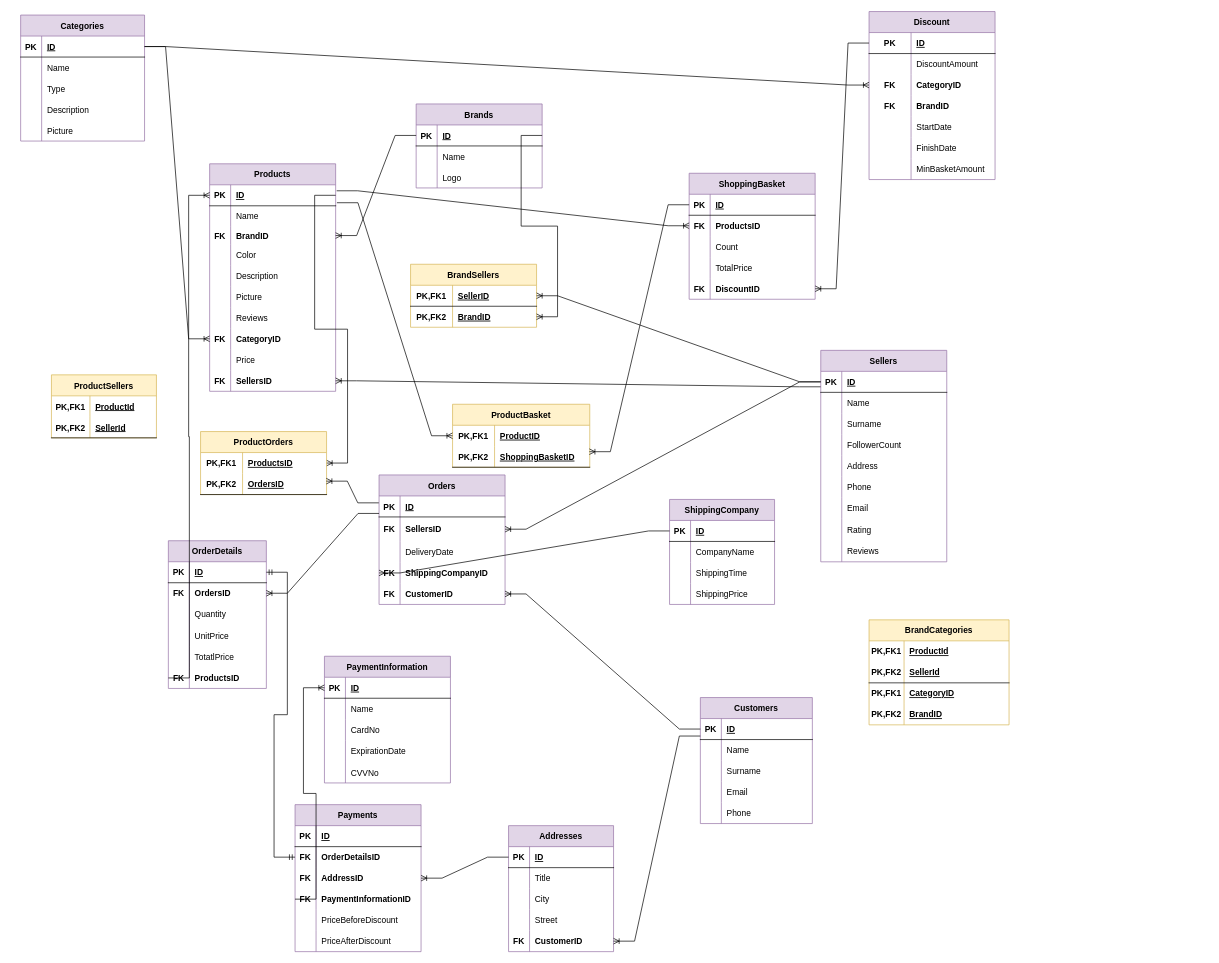
Before: Son.drawio in HandeYetisen/Python, a draw.io diagram. Source tidied: cells renumbered, new cells numbered last; positions are measured from the earlier drawing's top-left corner, leaving out a move shared by most shapes. Both pictures are drawn from the tidied source at 70%, with x=0, y=0 at pixel (20, 11).
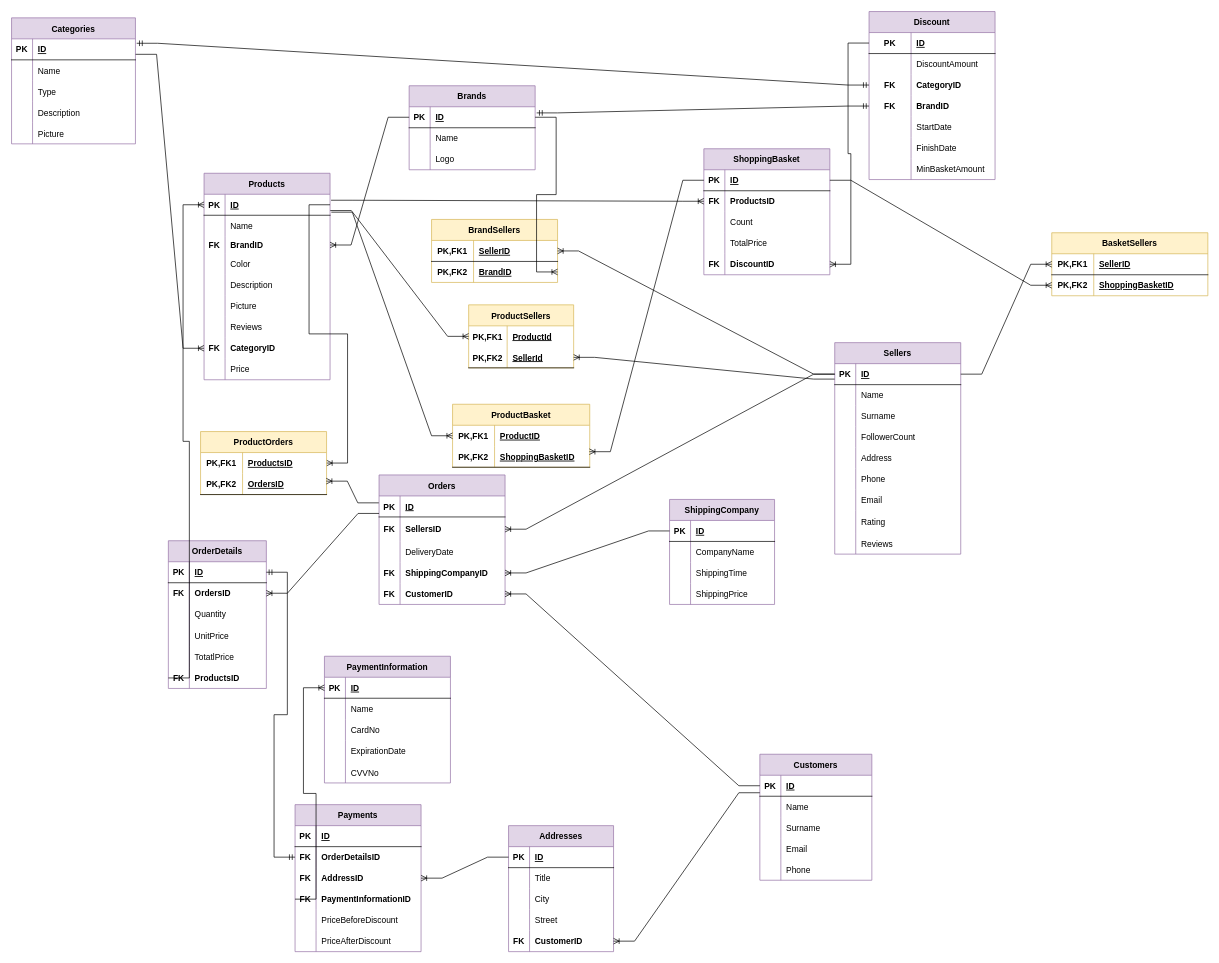
The same page after the edit.

Unchanged cells that the change refers to:
```xml
<mxCell id="3" style="shape=tableRow;horizontal=0;startSize=0;swimlaneHead=0;swimlaneBody=0;fillColor=none;points=[[0,0.5],[1,0.5]];portConstraint=eastwest;top=0;left=0;right=0;bottom=1;" parent="2" vertex="1">
  <mxGeometry y="30" width="180" height="30" as="geometry" />
</mxCell>
<mxCell id="24" style="shape=tableRow;horizontal=0;startSize=0;swimlaneHead=0;swimlaneBody=0;fillColor=none;points=[[0,0.5],[1,0.5]];portConstraint=eastwest;top=0;left=0;right=0;bottom=0;" parent="2" vertex="1">
  <mxGeometry y="235" width="180" height="30" as="geometry" />
</mxCell>
<mxCell id="34" style="shape=tableRow;horizontal=0;startSize=0;swimlaneHead=0;swimlaneBody=0;fillColor=none;points=[[0,0.5],[1,0.5]];portConstraint=eastwest;top=0;left=0;right=0;bottom=1;" parent="33" vertex="1">
  <mxGeometry y="30" width="177" height="30" as="geometry" />
</mxCell>
<mxCell id="92" style="shape=tableRow;horizontal=0;startSize=0;swimlaneHead=0;swimlaneBody=0;fillColor=none;points=[[0,0.5],[1,0.5]];portConstraint=eastwest;top=0;left=0;right=0;bottom=0;" parent="82" vertex="1">
  <mxGeometry y="125" width="180" height="30" as="geometry" />
</mxCell>
<mxCell id="99" style="shape=tableRow;horizontal=0;startSize=0;swimlaneHead=0;swimlaneBody=0;fillColor=none;points=[[0,0.5],[1,0.5]];portConstraint=eastwest;top=0;left=0;right=0;bottom=1;" parent="98" vertex="1">
  <mxGeometry y="30" width="180" height="30" as="geometry" />
</mxCell>
<mxCell id="153" style="shape=tableRow;horizontal=0;startSize=0;swimlaneHead=0;swimlaneBody=0;fillColor=none;points=[[0,0.5],[1,0.5]];portConstraint=eastwest;top=0;left=0;right=0;bottom=0;" parent="146" vertex="1">
  <mxGeometry y="90" width="180" height="30" as="geometry" />
</mxCell>
<mxCell id="156" style="shape=tableRow;horizontal=0;startSize=0;swimlaneHead=0;swimlaneBody=0;fillColor=none;points=[[0,0.5],[1,0.5]];portConstraint=eastwest;top=0;left=0;right=0;bottom=0;" parent="146" vertex="1">
  <mxGeometry y="120" width="180" height="30" as="geometry" />
</mxCell>
<mxCell id="169" style="shape=tableRow;horizontal=0;startSize=0;swimlaneHead=0;swimlaneBody=0;fillColor=none;points=[[0,0.5],[1,0.5]];portConstraint=eastwest;top=0;left=0;right=0;bottom=1;" parent="168" vertex="1">
  <mxGeometry y="30" width="180" height="30" as="geometry" />
</mxCell>
<mxCell id="185" style="shape=tableRow;horizontal=0;startSize=0;swimlaneHead=0;swimlaneBody=0;fillColor=none;points=[[0,0.5],[1,0.5]];portConstraint=eastwest;top=0;left=0;right=0;bottom=0;" parent="184" vertex="1">
  <mxGeometry y="30" width="150" height="30" as="geometry" />
</mxCell>
<mxCell id="188" style="shape=tableRow;horizontal=0;startSize=0;swimlaneHead=0;swimlaneBody=0;fillColor=none;points=[[0,0.5],[1,0.5]];portConstraint=eastwest;top=0;left=0;right=0;bottom=1;" parent="184" vertex="1">
  <mxGeometry y="60" width="150" height="30" as="geometry" />
</mxCell>
<mxCell id="192" style="shape=tableRow;horizontal=0;startSize=0;swimlaneHead=0;swimlaneBody=0;fillColor=none;points=[[0,0.5],[1,0.5]];portConstraint=eastwest;top=0;left=0;right=0;bottom=1;" parent="191" vertex="1">
  <mxGeometry y="30" width="150" height="30" as="geometry" />
</mxCell>
<mxCell id="224" style="shape=tableRow;horizontal=0;startSize=0;swimlaneHead=0;swimlaneBody=0;fillColor=none;points=[[0,0.5],[1,0.5]];portConstraint=eastwest;top=0;left=0;right=0;bottom=1;" parent="223" vertex="1">
  <mxGeometry y="30" width="180" height="30" as="geometry" />
</mxCell>
```

Diff of the diagram source:
```diff
@@
     <mxCell id="2" value="Products" style="shape=table;startSize=30;childLayout=tableLayout;rowLines=0;fontStyle=1;align=center;fillColor=#e1d5e7;strokeColor=#9673a6;" parent="1" vertex="1">
-      <mxGeometry x="270" y="217.5" width="180" height="325" as="geometry" />
+      <mxGeometry x="262" y="231" width="180" height="295" as="geometry" />
     </mxCell>
@@
-    <mxCell id="30" style="shape=tableRow;horizontal=0;startSize=0;swimlaneHead=0;swimlaneBody=0;fillColor=none;points=[[0,0.5],[1,0.5]];portConstraint=eastwest;top=0;left=0;right=0;bottom=0;" parent="2" vertex="1">
-      <mxGeometry y="295" width="180" height="30" as="geometry" />
-    </mxCell>
-    <mxCell id="31" value="FK" style="shape=partialRectangle;fillColor=none;top=0;left=0;bottom=0;right=0;overflow=hidden;fontStyle=1;" parent="30" vertex="1">
-      <mxGeometry width="30" height="30" as="geometry" />
-    </mxCell>
-    <mxCell id="32" value="SellersID" style="shape=partialRectangle;fillColor=none;top=0;left=0;bottom=0;right=0;align=left;spacingLeft=6;overflow=hidden;fontStyle=1;" parent="30" vertex="1">
-      <mxGeometry x="30" width="150" height="30" as="geometry" />
-    </mxCell>
     <mxCell id="33" value="Categories" style="shape=table;startSize=30;childLayout=tableLayout;rowLines=0;fontStyle=1;align=center;fillColor=#e1d5e7;strokeColor=#9673a6;" parent="1" vertex="1">
-      <mxGeometry y="5" width="177" height="180" as="geometry" />
+      <mxGeometry x="-13" y="9" width="177" height="180" as="geometry" />
     </mxCell>
@@
     <mxCell id="49" value="Customers" style="shape=table;startSize=30;childLayout=tableLayout;rowLines=0;fontStyle=1;align=center;fillColor=#e1d5e7;strokeColor=#9673a6;" parent="1" vertex="1">
-      <mxGeometry x="971" y="980" width="160" height="180" as="geometry" />
+      <mxGeometry x="1056" y="1061" width="160" height="180" as="geometry" />
     </mxCell>
@@
     <mxCell id="98" value="Sellers" style="shape=table;startSize=30;childLayout=tableLayout;rowLines=0;fontStyle=1;align=center;fillColor=#e1d5e7;strokeColor=#9673a6;" parent="1" vertex="1">
-      <mxGeometry x="1143" y="484" width="180" height="302.1" as="geometry" />
+      <mxGeometry x="1163" y="473" width="180" height="302.1" as="geometry" />
     </mxCell>
@@
-    <mxCell id="126" value="BrandCategories" style="shape=table;startSize=30;childLayout=tableLayout;rowLines=0;fontStyle=1;align=center;fillColor=#fff2cc;strokeColor=#d6b656;" parent="1" vertex="1">
-      <mxGeometry x="1212" y="869" width="200" height="150" as="geometry" />
-    </mxCell>
-    <mxCell id="127" style="shape=tableRow;horizontal=0;startSize=0;swimlaneHead=0;swimlaneBody=0;fillColor=none;top=0;left=0;right=0;bottom=0;" parent="126" vertex="1">
-      <mxGeometry y="30" width="200" height="30" as="geometry" />
-    </mxCell>
-    <mxCell id="128" value="PK,FK1" style="shape=partialRectangle;fillColor=none;top=0;left=0;bottom=0;right=0;fontStyle=1;overflow=hidden;" parent="127" vertex="1">
-      <mxGeometry width="50" height="30" as="geometry" />
-    </mxCell>
-    <mxCell id="129" value="ProductId" style="shape=partialRectangle;fillColor=none;top=0;left=0;bottom=0;right=0;align=left;spacingLeft=6;fontStyle=5;overflow=hidden;" parent="127" vertex="1">
-      <mxGeometry x="50" width="150" height="30" as="geometry" />
-    </mxCell>
-    <mxCell id="130" style="shape=tableRow;horizontal=0;startSize=0;swimlaneHead=0;swimlaneBody=0;fillColor=none;top=0;left=0;right=0;bottom=1;" parent="126" vertex="1">
-      <mxGeometry y="60" width="200" height="30" as="geometry" />
-    </mxCell>
-    <mxCell id="131" value="PK,FK2" style="shape=partialRectangle;fillColor=none;top=0;left=0;bottom=0;right=0;fontStyle=1;overflow=hidden;" parent="130" vertex="1">
-      <mxGeometry width="50" height="30" as="geometry" />
-    </mxCell>
-    <mxCell id="132" value="SellerId" style="shape=partialRectangle;fillColor=none;top=0;left=0;bottom=0;right=0;align=left;spacingLeft=6;fontStyle=5;overflow=hidden;" parent="130" vertex="1">
-      <mxGeometry x="50" width="150" height="30" as="geometry" />
-    </mxCell>
-    <mxCell id="133" style="shape=tableRow;horizontal=0;startSize=0;swimlaneHead=0;swimlaneBody=0;fillColor=none;top=0;left=0;right=0;bottom=0;" parent="126" vertex="1">
-      <mxGeometry y="90" width="200" height="30" as="geometry" />
-    </mxCell>
-    <mxCell id="134" value="PK,FK1" style="shape=partialRectangle;fillColor=none;top=0;left=0;bottom=0;right=0;overflow=hidden;fontStyle=1;" parent="133" vertex="1">
-      <mxGeometry width="50" height="30" as="geometry" />
-    </mxCell>
-    <mxCell id="135" value="CategoryID" style="shape=partialRectangle;fillColor=none;top=0;left=0;bottom=0;right=0;align=left;spacingLeft=6;overflow=hidden;fontStyle=5;" parent="133" vertex="1">
-      <mxGeometry x="50" width="150" height="30" as="geometry" />
-    </mxCell>
-    <mxCell id="136" style="shape=tableRow;horizontal=0;startSize=0;swimlaneHead=0;swimlaneBody=0;fillColor=none;top=0;left=0;right=0;bottom=0;" parent="126" vertex="1">
-      <mxGeometry y="120" width="200" height="30" as="geometry" />
-    </mxCell>
-    <mxCell id="137" value="PK,FK2" style="shape=partialRectangle;fillColor=none;top=0;left=0;bottom=0;right=0;overflow=hidden;fontStyle=1;" parent="136" vertex="1">
-      <mxGeometry width="50" height="30" as="geometry" />
-    </mxCell>
-    <mxCell id="138" value="BrandID" style="shape=partialRectangle;fillColor=none;top=0;left=0;bottom=0;right=0;align=left;spacingLeft=6;overflow=hidden;fontStyle=5;" parent="136" vertex="1">
-      <mxGeometry x="50" width="150" height="30" as="geometry" />
-    </mxCell>
     <mxCell id="139" value="BrandSellers" style="shape=table;startSize=30;childLayout=tableLayout;rowLines=0;fontStyle=1;align=center;fillColor=#fff2cc;strokeColor=#d6b656;" parent="1" vertex="1">
-      <mxGeometry x="557" y="361" width="180" height="90" as="geometry" />
+      <mxGeometry x="587" y="297" width="180" height="90" as="geometry" />
     </mxCell>
@@
     <mxCell id="168" value="ShoppingBasket" style="shape=table;startSize=30;childLayout=tableLayout;rowLines=0;fontStyle=1;align=center;fillColor=#e1d5e7;strokeColor=#9673a6;" parent="1" vertex="1">
-      <mxGeometry x="955" y="231" width="180" height="180" as="geometry" />
+      <mxGeometry x="976" y="196" width="180" height="180" as="geometry" />
     </mxCell>
@@
     <mxCell id="184" value="ProductSellers" style="shape=table;startSize=30;childLayout=tableLayout;rowLines=0;fontStyle=1;align=center;fillColor=#fff2cc;strokeColor=#d6b656;" parent="1" vertex="1">
-      <mxGeometry x="44" y="519" width="150" height="90" as="geometry" />
+      <mxGeometry x="640" y="419" width="150" height="90" as="geometry" />
     </mxCell>
@@
     <mxCell id="223" value="Brands" style="shape=table;startSize=30;childLayout=tableLayout;rowLines=0;fontStyle=1;align=center;fillColor=#e1d5e7;strokeColor=#9673a6;" parent="1" vertex="1">
-      <mxGeometry x="565" y="132" width="180" height="120" as="geometry" />
+      <mxGeometry x="555" y="106" width="180" height="120" as="geometry" />
     </mxCell>
@@
-    <mxCell id="269" style="edgeStyle=entityRelationEdgeStyle;fontSize=12;html=1;endArrow=ERoneToMany;rounded=0;entryX=0;entryY=0.5;entryDx=0;entryDy=0;exitX=1;exitY=0.5;exitDx=0;exitDy=0;" parent="1" edge="1" source="34" target="24">
+    <mxCell id="269" style="edgeStyle=entityRelationEdgeStyle;fontSize=12;html=1;endArrow=ERoneToMany;rounded=0;entryX=0;entryY=0.5;entryDx=0;entryDy=0;exitX=1.001;exitY=0.737;exitDx=0;exitDy=0;exitPerimeter=0;" parent="1" edge="1" source="34" target="24">
       <mxGeometry relative="1" as="geometry" />
     </mxCell>
@@
-    <mxCell id="282" style="edgeStyle=entityRelationEdgeStyle;fontSize=12;html=1;endArrow=ERoneToMany;rounded=0;fontColor=#000000;entryX=0;entryY=0.5;entryDx=0;entryDy=0;exitX=0;exitY=0.5;exitDx=0;exitDy=0;" parent="1" edge="1" source="192" target="92">
+    <mxCell id="282" style="edgeStyle=entityRelationEdgeStyle;fontSize=12;html=1;endArrow=ERoneToMany;rounded=0;fontColor=#000000;entryX=1;entryY=0.5;entryDx=0;entryDy=0;exitX=0;exitY=0.5;exitDx=0;exitDy=0;" parent="1" edge="1" source="192" target="92">
       <mxGeometry relative="1" as="geometry" />
     </mxCell>
@@
-    <mxCell id="300" style="edgeStyle=entityRelationEdgeStyle;fontSize=12;html=1;endArrow=ERoneToMany;rounded=0;fontColor=#000000;exitX=-0.001;exitY=0.736;exitDx=0;exitDy=0;exitPerimeter=0;entryX=1;entryY=0.5;entryDx=0;entryDy=0;" parent="1" edge="1" source="99" target="30">
+    <mxCell id="300" style="edgeStyle=entityRelationEdgeStyle;fontSize=12;html=1;endArrow=ERoneToMany;rounded=0;fontColor=#000000;exitX=-0.001;exitY=0.736;exitDx=0;exitDy=0;exitPerimeter=0;entryX=1;entryY=0.5;entryDx=0;entryDy=0;" parent="1" edge="1" source="99" target="188">
       <mxGeometry relative="1" as="geometry" />
     </mxCell>
@@
-    <mxCell id="302" style="edgeStyle=entityRelationEdgeStyle;fontSize=12;html=1;endArrow=ERoneToMany;rounded=0;fontColor=#000000;exitX=1;exitY=0.5;exitDx=0;exitDy=0;entryX=0;entryY=0.5;entryDx=0;entryDy=0;" parent="1" edge="1" source="34" target="153">
+    <mxCell id="302" style="edgeStyle=entityRelationEdgeStyle;fontSize=12;html=1;endArrow=ERmandOne;startArrow=ERmandOne;rounded=0;fontColor=#000000;exitX=1.01;exitY=0.211;exitDx=0;exitDy=0;exitPerimeter=0;entryX=0;entryY=0.5;entryDx=0;entryDy=0;" parent="1" edge="1" source="34" target="153">
       <mxGeometry relative="1" as="geometry" />
     </mxCell>
+    <mxCell id="303" style="edgeStyle=entityRelationEdgeStyle;fontSize=12;html=1;endArrow=ERmandOne;startArrow=ERmandOne;rounded=0;fontColor=#000000;entryX=0;entryY=0.5;entryDx=0;entryDy=0;exitX=1.012;exitY=0.293;exitDx=0;exitDy=0;exitPerimeter=0;" parent="1" edge="1" source="224" target="156">
+      <mxGeometry relative="1" as="geometry" />
+    </mxCell>
+    <mxCell id="304" style="edgeStyle=entityRelationEdgeStyle;fontSize=12;html=1;endArrow=ERoneToMany;rounded=0;fontColor=#000000;entryX=0;entryY=0.5;entryDx=0;entryDy=0;exitX=1.002;exitY=0.776;exitDx=0;exitDy=0;exitPerimeter=0;" parent="1" edge="1" source="3" target="185">
+      <mxGeometry relative="1" as="geometry" />
+    </mxCell>
+    <mxCell id="305" value="BasketSellers" style="shape=table;startSize=30;childLayout=tableLayout;rowLines=0;fontStyle=1;align=center;fillColor=#fff2cc;strokeColor=#d6b656;" parent="1" vertex="1">
+      <mxGeometry x="1473" y="316" width="223" height="90" as="geometry" />
+    </mxCell>
+    <mxCell id="306" style="shape=tableRow;horizontal=0;startSize=0;swimlaneHead=0;swimlaneBody=0;fillColor=none;points=[[0,0.5],[1,0.5]];portConstraint=eastwest;top=0;left=0;right=0;bottom=1;" parent="305" vertex="1">
+      <mxGeometry y="30" width="223" height="30" as="geometry" />
+    </mxCell>
+    <mxCell id="128" value="PK,FK1" style="shape=partialRectangle;fillColor=none;top=0;left=0;bottom=0;right=0;fontStyle=1;overflow=hidden;" parent="306" vertex="1">
+      <mxGeometry width="60" height="30" as="geometry" />
+    </mxCell>
+    <mxCell id="307" value="SellerID" style="shape=partialRectangle;fillColor=none;top=0;left=0;bottom=0;right=0;align=left;spacingLeft=6;fontStyle=5;overflow=hidden;" parent="306" vertex="1">
+      <mxGeometry x="60" width="163" height="30" as="geometry" />
+    </mxCell>
+    <mxCell id="308" style="shape=tableRow;horizontal=0;startSize=0;swimlaneHead=0;swimlaneBody=0;fillColor=none;points=[[0,0.5],[1,0.5]];portConstraint=eastwest;top=0;left=0;right=0;bottom=0;" parent="305" vertex="1">
+      <mxGeometry y="60" width="223" height="30" as="geometry" />
+    </mxCell>
+    <mxCell id="137" value="PK,FK2" style="shape=partialRectangle;fillColor=none;top=0;left=0;bottom=0;right=0;overflow=hidden;fontStyle=1;" parent="308" vertex="1">
+      <mxGeometry width="60" height="30" as="geometry" />
+    </mxCell>
+    <mxCell id="309" value="ShoppingBasketID" style="shape=partialRectangle;fillColor=none;top=0;left=0;bottom=0;right=0;align=left;spacingLeft=6;overflow=hidden;fontStyle=5;" parent="308" vertex="1">
+      <mxGeometry x="60" width="163" height="30" as="geometry" />
+    </mxCell>
+    <mxCell id="310" style="edgeStyle=entityRelationEdgeStyle;fontSize=12;html=1;endArrow=ERoneToMany;rounded=0;fontColor=#000000;entryX=0;entryY=0.5;entryDx=0;entryDy=0;exitX=1;exitY=0.5;exitDx=0;exitDy=0;" parent="1" edge="1" source="99" target="306">
+      <mxGeometry relative="1" as="geometry" />
+    </mxCell>
+    <mxCell id="311" style="edgeStyle=entityRelationEdgeStyle;fontSize=12;html=1;endArrow=ERoneToMany;rounded=0;fontColor=#000000;exitX=1;exitY=0.5;exitDx=0;exitDy=0;entryX=0;entryY=0.5;entryDx=0;entryDy=0;" parent="1" edge="1" source="169" target="308">
+      <mxGeometry relative="1" as="geometry" />
+    </mxCell>
```
